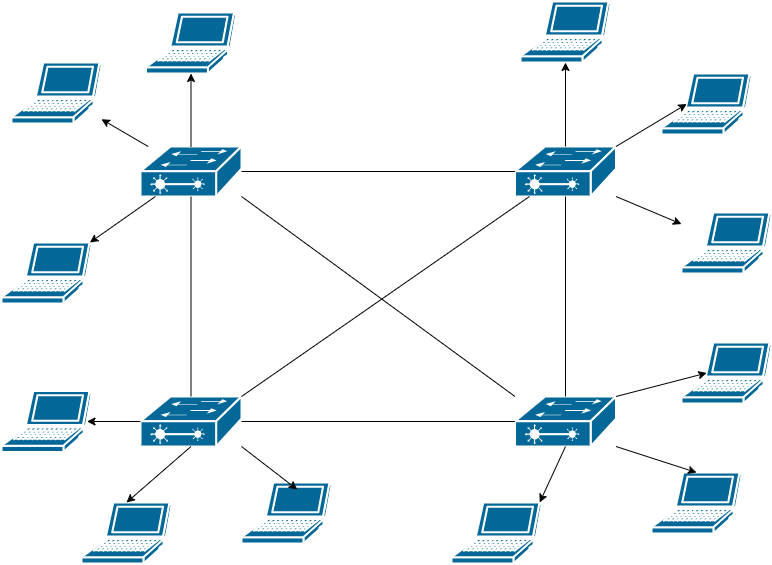
Earlier version of the draw.io export Mesh topology based star.drawio.png (waiyanminunt/learning-code-of-school). Source tidied: cells renumbered, new cells last; positions are measured from the earlier drawing's top-left corner, leaving out a move shared by most shapes.
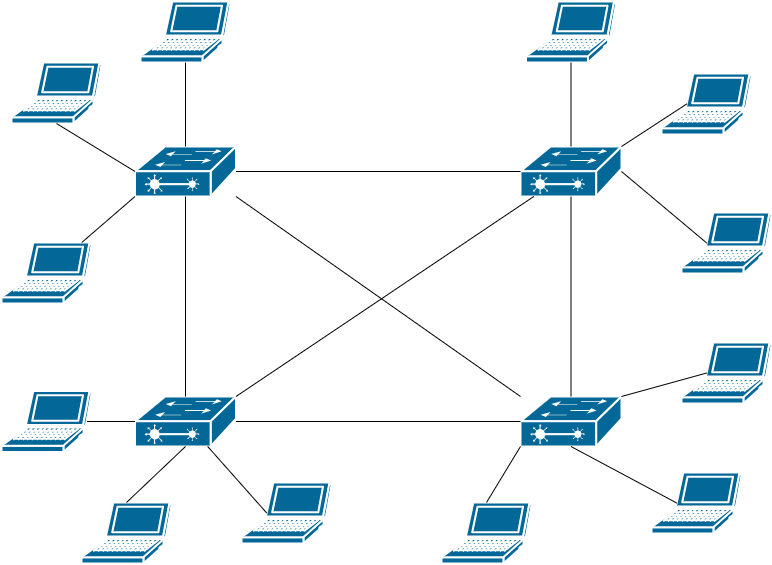
After the commit.

The edit, as a diff of the source:
```diff
@@ -3,19 +3,19 @@
     <mxCell id="0" />
     <mxCell id="1" parent="0" />
     <mxCell id="2" style="shape=mxgraph.cisco.switches.layer_2_remote_switch;sketch=0;html=1;dashed=0;fillColor=#036897;strokeColor=#ffffff;strokeWidth=2;verticalLabelPosition=bottom;verticalAlign=top;align=center;outlineConnect=0;" parent="1" vertex="1">
-      <mxGeometry x="139" y="145" width="101" height="50" as="geometry" />
+      <mxGeometry x="133.5" y="145" width="101" height="50" as="geometry" />
     </mxCell>
     <mxCell id="3" style="shape=mxgraph.cisco.switches.layer_2_remote_switch;sketch=0;html=1;dashed=0;fillColor=#036897;strokeColor=#ffffff;strokeWidth=2;verticalLabelPosition=bottom;verticalAlign=top;align=center;outlineConnect=0;" parent="1" vertex="1">
-      <mxGeometry x="139" y="395" width="101" height="50" as="geometry" />
+      <mxGeometry x="133.5" y="395" width="101" height="50" as="geometry" />
     </mxCell>
     <mxCell id="4" style="shape=mxgraph.cisco.switches.layer_2_remote_switch;sketch=0;html=1;dashed=0;fillColor=#036897;strokeColor=#ffffff;strokeWidth=2;verticalLabelPosition=bottom;verticalAlign=top;align=center;outlineConnect=0;" parent="1" vertex="1">
-      <mxGeometry x="513.5" y="145" width="101" height="50" as="geometry" />
+      <mxGeometry x="519" y="145" width="101" height="50" as="geometry" />
     </mxCell>
     <mxCell id="5" style="shape=mxgraph.cisco.switches.layer_2_remote_switch;sketch=0;html=1;dashed=0;fillColor=#036897;strokeColor=#ffffff;strokeWidth=2;verticalLabelPosition=bottom;verticalAlign=top;align=center;outlineConnect=0;" parent="1" vertex="1">
-      <mxGeometry x="513.5" y="395" width="101" height="50" as="geometry" />
+      <mxGeometry x="519" y="395" width="101" height="50" as="geometry" />
     </mxCell>
     <mxCell id="6" style="shape=mxgraph.cisco.computers_and_peripherals.laptop;sketch=0;html=1;dashed=0;fillColor=#036897;strokeColor=#ffffff;strokeWidth=2;verticalLabelPosition=bottom;verticalAlign=top;align=center;outlineConnect=0;" parent="1" vertex="1">
-      <mxGeometry x="144.5" y="11" width="90" height="61" as="geometry" />
+      <mxGeometry x="139" width="90" height="61" as="geometry" />
     </mxCell>
     <mxCell id="7" style="shape=mxgraph.cisco.computers_and_peripherals.laptop;sketch=0;html=1;dashed=0;fillColor=#036897;strokeColor=#ffffff;strokeWidth=2;verticalLabelPosition=bottom;verticalAlign=top;align=center;outlineConnect=0;" parent="1" vertex="1">
       <mxGeometry x="10" y="61" width="90" height="61" as="geometry" />
@@ -24,7 +24,7 @@
       <mxGeometry y="241" width="90" height="61" as="geometry" />
     </mxCell>
     <mxCell id="9" style="shape=mxgraph.cisco.computers_and_peripherals.laptop;sketch=0;html=1;dashed=0;fillColor=#036897;strokeColor=#ffffff;strokeWidth=2;verticalLabelPosition=bottom;verticalAlign=top;align=center;outlineConnect=0;" parent="1" vertex="1">
-      <mxGeometry x="519" width="90" height="61" as="geometry" />
+      <mxGeometry x="524.5" width="90" height="61" as="geometry" />
     </mxCell>
     <mxCell id="10" style="shape=mxgraph.cisco.computers_and_peripherals.laptop;sketch=0;html=1;dashed=0;fillColor=#036897;strokeColor=#ffffff;strokeWidth=2;verticalLabelPosition=bottom;verticalAlign=top;align=center;outlineConnect=0;" parent="1" vertex="1">
       <mxGeometry x="660" y="72" width="90" height="61" as="geometry" />
@@ -44,48 +44,12 @@
     <mxCell id="15" style="shape=mxgraph.cisco.computers_and_peripherals.laptop;sketch=0;html=1;dashed=0;fillColor=#036897;strokeColor=#ffffff;strokeWidth=2;verticalLabelPosition=bottom;verticalAlign=top;align=center;outlineConnect=0;" parent="1" vertex="1">
       <mxGeometry x="650" y="471" width="90" height="61" as="geometry" />
     </mxCell>
-    <mxCell id="16" style="endArrow=classic;html=1;rounded=0;exitX=0.5;exitY=0;exitDx=0;exitDy=0;exitPerimeter=0;" parent="1" edge="1" source="2" target="6">
-      <mxGeometry relative="1" as="geometry" />
-    </mxCell>
-    <mxCell id="17" style="edgeStyle=orthogonalEdgeStyle;rounded=0;jettySize=auto;html=1;exitX=0;exitY=0.5;exitDx=0;exitDy=0;exitPerimeter=0;entryX=0.95;entryY=0.5;entryDx=0;entryDy=0;entryPerimeter=0;" parent="1" edge="1" source="3" target="12">
-      <mxGeometry relative="1" as="geometry" />
-    </mxCell>
-    <mxCell id="18" style="endArrow=classic;html=1;rounded=0;exitX=1;exitY=1;exitDx=0;exitDy=0;exitPerimeter=0;" parent="1" edge="1" source="4" target="11">
-      <mxGeometry relative="1" as="geometry" />
-    </mxCell>
-    <mxCell id="19" style="endArrow=classic;html=1;rounded=0;entryX=0.28;entryY=0.5;entryDx=0;entryDy=0;entryPerimeter=0;exitX=1;exitY=0;exitDx=0;exitDy=0;exitPerimeter=0;" parent="1" edge="1" source="4" target="10">
-      <mxGeometry relative="1" as="geometry" />
-    </mxCell>
-    <mxCell id="20" style="edgeStyle=orthogonalEdgeStyle;rounded=0;jettySize=auto;html=1;exitX=0.5;exitY=0;exitDx=0;exitDy=0;exitPerimeter=0;entryX=0.5;entryY=1;entryDx=0;entryDy=0;entryPerimeter=0;" parent="1" edge="1" source="4" target="9">
-      <mxGeometry relative="1" as="geometry" />
-    </mxCell>
-    <mxCell id="21" style="endArrow=classic;html=1;rounded=0;" parent="1" edge="1" source="2" target="8">
-      <mxGeometry relative="1" as="geometry" />
-    </mxCell>
-    <mxCell id="22" style="endArrow=classic;html=1;rounded=0;" parent="1" edge="1" source="2" target="7">
-      <mxGeometry relative="1" as="geometry" />
-    </mxCell>
     <mxCell id="23" style="shape=mxgraph.cisco.computers_and_peripherals.laptop;sketch=0;html=1;dashed=0;fillColor=#036897;strokeColor=#ffffff;strokeWidth=2;verticalLabelPosition=bottom;verticalAlign=top;align=center;outlineConnect=0;" parent="1" vertex="1">
-      <mxGeometry x="450" y="501" width="90" height="61" as="geometry" />
+      <mxGeometry x="440" y="501" width="90" height="61" as="geometry" />
     </mxCell>
-    <mxCell id="24" style="endArrow=classic;html=1;rounded=0;exitX=0.5;exitY=1;exitDx=0;exitDy=0;exitPerimeter=0;entryX=0.98;entryY=0;entryDx=0;entryDy=0;entryPerimeter=0;" parent="1" edge="1" source="5" target="23">
-      <mxGeometry relative="1" as="geometry" />
-    </mxCell>
-    <mxCell id="25" style="endArrow=classic;html=1;rounded=0;exitX=1;exitY=1;exitDx=0;exitDy=0;exitPerimeter=0;entryX=0.5;entryY=0;entryDx=0;entryDy=0;entryPerimeter=0;" parent="1" edge="1" source="5" target="15">
-      <mxGeometry relative="1" as="geometry" />
-    </mxCell>
-    <mxCell id="26" style="endArrow=classic;html=1;rounded=0;exitX=1;exitY=0;exitDx=0;exitDy=0;exitPerimeter=0;entryX=0.28;entryY=0.5;entryDx=0;entryDy=0;entryPerimeter=0;" parent="1" edge="1" source="5" target="14">
-      <mxGeometry relative="1" as="geometry" />
-    </mxCell>
     <mxCell id="27" style="shape=mxgraph.cisco.computers_and_peripherals.laptop;sketch=0;html=1;dashed=0;fillColor=#036897;strokeColor=#ffffff;strokeWidth=2;verticalLabelPosition=bottom;verticalAlign=top;align=center;outlineConnect=0;" parent="1" vertex="1">
       <mxGeometry x="240" y="481" width="90" height="61" as="geometry" />
     </mxCell>
-    <mxCell id="28" style="endArrow=classic;html=1;rounded=0;exitX=1;exitY=1;exitDx=0;exitDy=0;exitPerimeter=0;entryX=0.619;entryY=0.115;entryDx=0;entryDy=0;entryPerimeter=0;" parent="1" edge="1" source="3" target="27">
-      <mxGeometry relative="1" as="geometry" />
-    </mxCell>
-    <mxCell id="29" style="endArrow=classic;html=1;rounded=0;exitX=0.5;exitY=1;exitDx=0;exitDy=0;exitPerimeter=0;entryX=0.5;entryY=0;entryDx=0;entryDy=0;entryPerimeter=0;" parent="1" edge="1" source="3" target="13">
-      <mxGeometry relative="1" as="geometry" />
-    </mxCell>
     <mxCell id="30" style="endArrow=none;html=1;rounded=0;exitX=1;exitY=0.5;exitDx=0;exitDy=0;exitPerimeter=0;" parent="1" edge="1" source="2" target="4">
       <mxGeometry relative="1" as="geometry" />
     </mxCell>
@@ -104,5 +68,44 @@
     <mxCell id="35" style="endArrow=none;html=1;rounded=0;exitX=0;exitY=0;exitDx=0;exitDy=0;exitPerimeter=0;entryX=1;entryY=1;entryDx=0;entryDy=0;entryPerimeter=0;" parent="1" edge="1" source="5" target="2">
       <mxGeometry relative="1" as="geometry" />
     </mxCell>
+    <mxCell id="21" style="endArrow=none;html=1;rounded=0;exitX=0;exitY=1;exitDx=0;exitDy=0;exitPerimeter=0;" parent="1" edge="1" source="2" target="8">
+      <mxGeometry relative="1" as="geometry" />
+    </mxCell>
+    <mxCell id="22" style="endArrow=none;html=1;rounded=0;exitX=0;exitY=0.5;exitDx=0;exitDy=0;exitPerimeter=0;entryX=0.5;entryY=1;entryDx=0;entryDy=0;entryPerimeter=0;" parent="1" edge="1" source="2" target="7">
+      <mxGeometry relative="1" as="geometry" />
+    </mxCell>
+    <mxCell id="16" style="endArrow=none;html=1;rounded=0;exitX=0.5;exitY=0;exitDx=0;exitDy=0;exitPerimeter=0;" parent="1" edge="1" source="2" target="6">
+      <mxGeometry relative="1" as="geometry" />
+    </mxCell>
+    <mxCell id="36" style="endArrow=none;html=1;rounded=0;exitX=0.95;exitY=0.5;exitDx=0;exitDy=0;exitPerimeter=0;entryX=0;entryY=0.5;entryDx=0;entryDy=0;entryPerimeter=0;" parent="1" edge="1" source="12" target="3">
+      <mxGeometry relative="1" as="geometry" />
+    </mxCell>
+    <mxCell id="29" style="endArrow=none;html=1;rounded=0;exitX=0.5;exitY=1;exitDx=0;exitDy=0;exitPerimeter=0;entryX=0.5;entryY=0;entryDx=0;entryDy=0;entryPerimeter=0;" parent="1" edge="1" source="3" target="13">
+      <mxGeometry relative="1" as="geometry" />
+    </mxCell>
+    <mxCell id="37" style="endArrow=none;html=1;rounded=0;exitX=0.28;exitY=0.5;exitDx=0;exitDy=0;exitPerimeter=0;" parent="1" edge="1" source="27" target="3">
+      <mxGeometry relative="1" as="geometry" />
+    </mxCell>
+    <mxCell id="38" style="edgeStyle=orthogonalEdgeStyle;rounded=0;orthogonalLoop=1;jettySize=auto;html=1;exitX=0.5;exitY=1;exitDx=0;exitDy=0;exitPerimeter=0;" parent="1" edge="1" source="4" target="4">
+      <mxGeometry relative="1" as="geometry" />
+    </mxCell>
+    <mxCell id="39" style="endArrow=none;html=1;rounded=0;exitX=0.5;exitY=0;exitDx=0;exitDy=0;exitPerimeter=0;entryX=0;entryY=1;entryDx=0;entryDy=0;entryPerimeter=0;" parent="1" edge="1" source="23" target="5">
+      <mxGeometry relative="1" as="geometry" />
+    </mxCell>
+    <mxCell id="40" style="endArrow=none;html=1;rounded=0;exitX=0.28;exitY=0.5;exitDx=0;exitDy=0;exitPerimeter=0;entryX=0.5;entryY=1;entryDx=0;entryDy=0;entryPerimeter=0;" parent="1" edge="1" source="15" target="5">
+      <mxGeometry relative="1" as="geometry" />
+    </mxCell>
+    <mxCell id="41" style="endArrow=none;html=1;rounded=0;exitX=0.28;exitY=0.5;exitDx=0;exitDy=0;exitPerimeter=0;entryX=1;entryY=0;entryDx=0;entryDy=0;entryPerimeter=0;" parent="1" edge="1" source="14" target="5">
+      <mxGeometry relative="1" as="geometry" />
+    </mxCell>
+    <mxCell id="42" style="endArrow=none;html=1;rounded=0;exitX=0.28;exitY=0.5;exitDx=0;exitDy=0;exitPerimeter=0;entryX=1;entryY=0.5;entryDx=0;entryDy=0;entryPerimeter=0;" parent="1" edge="1" source="11" target="4">
+      <mxGeometry relative="1" as="geometry" />
+    </mxCell>
+    <mxCell id="43" style="endArrow=none;html=1;rounded=0;exitX=0.28;exitY=0.5;exitDx=0;exitDy=0;exitPerimeter=0;entryX=1;entryY=0;entryDx=0;entryDy=0;entryPerimeter=0;" parent="1" edge="1" source="10" target="4">
+      <mxGeometry relative="1" as="geometry" />
+    </mxCell>
+    <mxCell id="44" style="endArrow=none;html=1;rounded=0;exitX=0.5;exitY=1;exitDx=0;exitDy=0;exitPerimeter=0;" parent="1" edge="1" source="9" target="4">
+      <mxGeometry relative="1" as="geometry" />
+    </mxCell>
   </root>
 </mxGraphModel>
```
